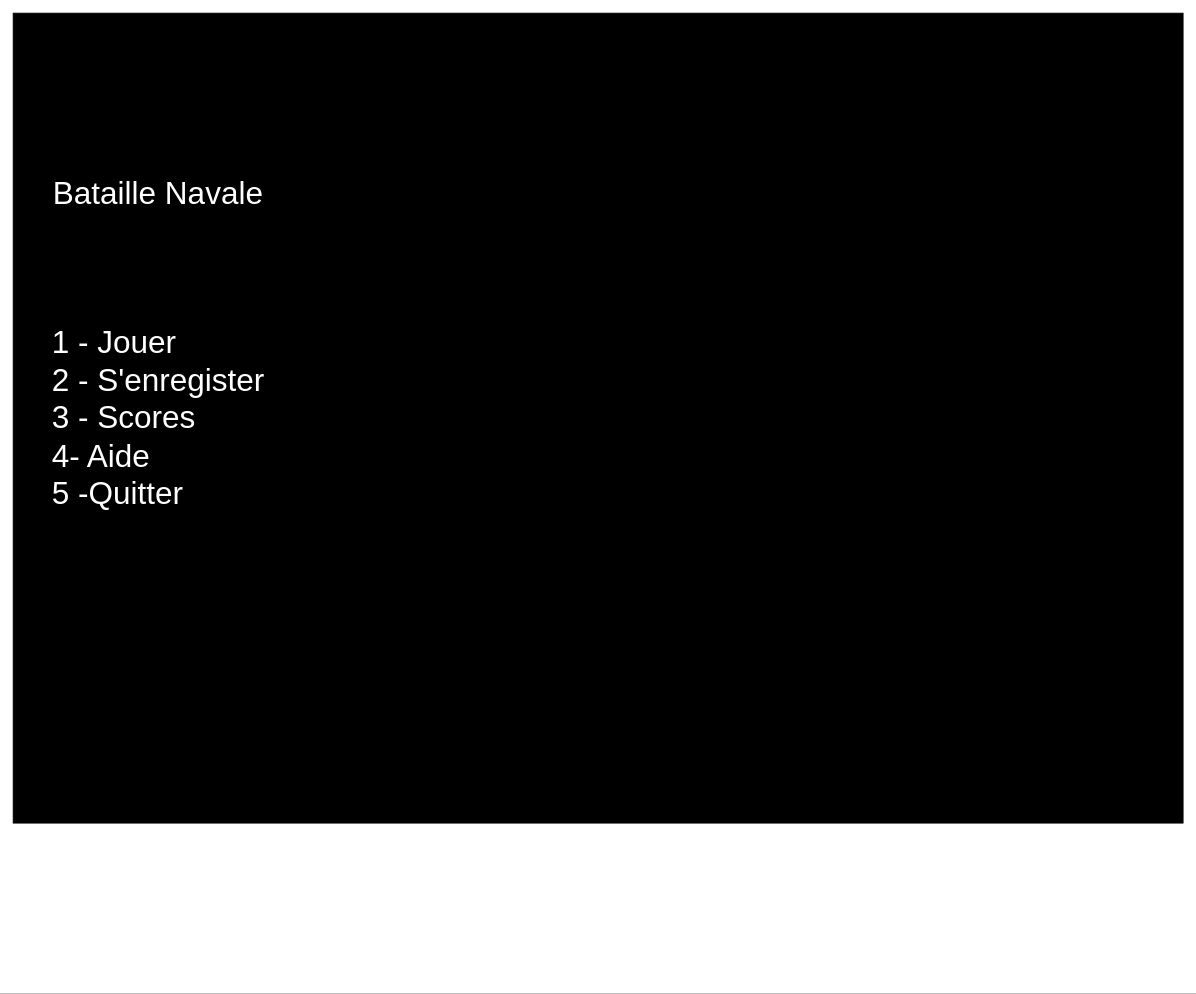
This is page "Menu" (1 of 5) of Maquette - Bataille Navale_YF.drawio from YFanha/Bataille-Navale, a draw.io file, before an edit. Source tidied: cells renumbered, new cells numbered last; positions are measured from the earlier drawing's top-left corner, leaving out a move shared by most shapes. Both pictures are drawn from the tidied source at 75%, with x=0, y=0 at pixel (13, 13).
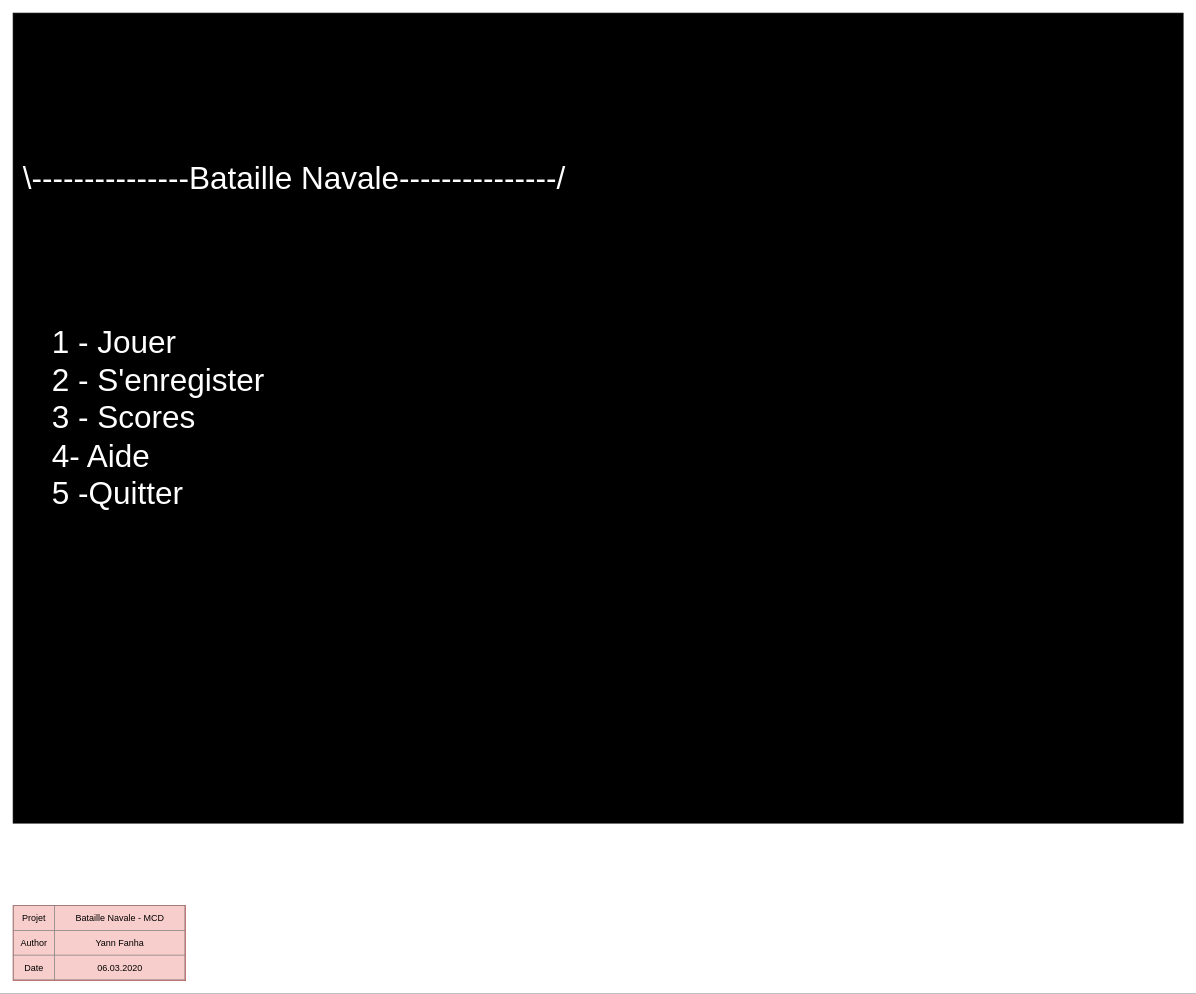
The same diagram, later.

Change to the diagram source:
```diff
@@
 <mxGraphModel>
   <root>
     <mxCell id="0" />
     <mxCell id="1" parent="0" />
     <mxCell id="2" style="group;" parent="1" vertex="1">
       <mxGeometry width="1560" height="1080" as="geometry" />
     </mxCell>
     <mxCell id="3" style="rounded=0;whiteSpace=wrap;html=1;strokeColor=#000000;fillColor=#000000;" parent="2" vertex="1">
       <mxGeometry width="1560" height="1080" as="geometry" />
     </mxCell>
-    <mxCell id="4" value="&lt;font style=&quot;font-size: 42px&quot; color=&quot;#ffffff&quot;&gt;Bataille Navale&lt;/font&gt;" style="text;html=1;strokeColor=none;fillColor=none;align=center;verticalAlign=middle;whiteSpace=wrap;rounded=0;" parent="2" vertex="1">
-      <mxGeometry x="50" y="190" width="286.8" height="101.3" as="geometry" />
-    </mxCell>
     <mxCell id="5" value="&lt;font style=&quot;font-size: 42px&quot; color=&quot;#ffffff&quot;&gt;1 - Jouer&lt;br&gt;2 - S'enregister&lt;br&gt;3 - Scores&lt;br&gt;4- Aide&lt;br&gt;5 -Quitter&lt;/font&gt;" style="text;html=1;strokeColor=none;fillColor=none;align=left;verticalAlign=middle;whiteSpace=wrap;rounded=0;" parent="2" vertex="1">
       <mxGeometry x="50" y="270" width="390" height="540" as="geometry" />
     </mxCell>
+    <mxCell id="6" value="&lt;font style=&quot;font-size: 42px&quot; color=&quot;#ffffff&quot;&gt;\---------------Bataille Navale---------------/&lt;/font&gt;" style="text;html=1;strokeColor=none;fillColor=none;align=center;verticalAlign=middle;whiteSpace=wrap;rounded=0;" parent="2" vertex="1">
+      <mxGeometry y="172.5" width="750" height="97.5" as="geometry" />
+    </mxCell>
+    <mxCell id="7" value="&lt;table border=&quot;1&quot; width=&quot;100%&quot; style=&quot;width: 100% ; height: 100% ; border-collapse: collapse&quot;&gt;&lt;tbody&gt;&lt;tr&gt;&lt;td align=&quot;center&quot; style=&quot;line-height: 120%&quot;&gt;Projet&lt;/td&gt;&lt;td align=&quot;center&quot;&gt;Bataille Navale - MCD&lt;/td&gt;&lt;/tr&gt;&lt;tr&gt;&lt;td align=&quot;center&quot;&gt;Author&lt;/td&gt;&lt;td align=&quot;center&quot;&gt;Yann Fanha&lt;/td&gt;&lt;/tr&gt;&lt;tr&gt;&lt;td align=&quot;center&quot;&gt;Date&lt;/td&gt;&lt;td align=&quot;center&quot;&gt;06.03.2020&lt;/td&gt;&lt;/tr&gt;&lt;/tbody&gt;&lt;/table&gt;" style="text;html=1;strokeColor=#b85450;fillColor=#f8cecc;overflow=fill;" parent="1" vertex="1">
+      <mxGeometry y="1190" width="230" height="100" as="geometry" />
+    </mxCell>
   </root>
 </mxGraphModel>
```
